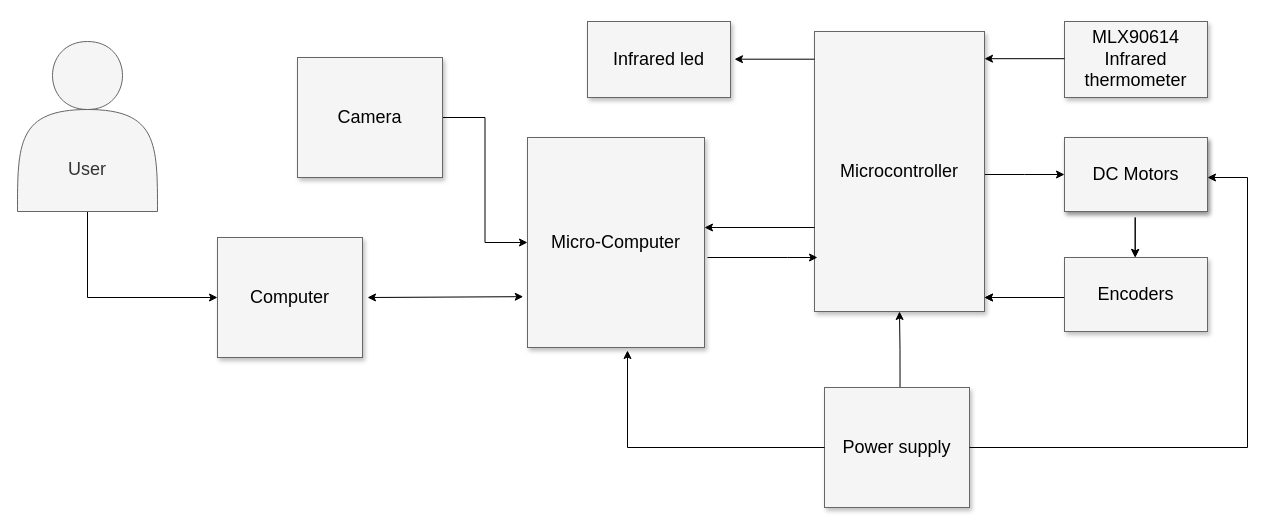
This is Untitled Diagram.drawio from IvanChacon/robot1, a draw.io file, before an edit. Source tidied: cells renumbered, new cells numbered last; positions are measured from the earlier drawing's top-left corner, leaving out a move shared by most shapes. Both pictures are drawn from the tidied source at 100%, with x=0, y=0 at pixel (17, 21).
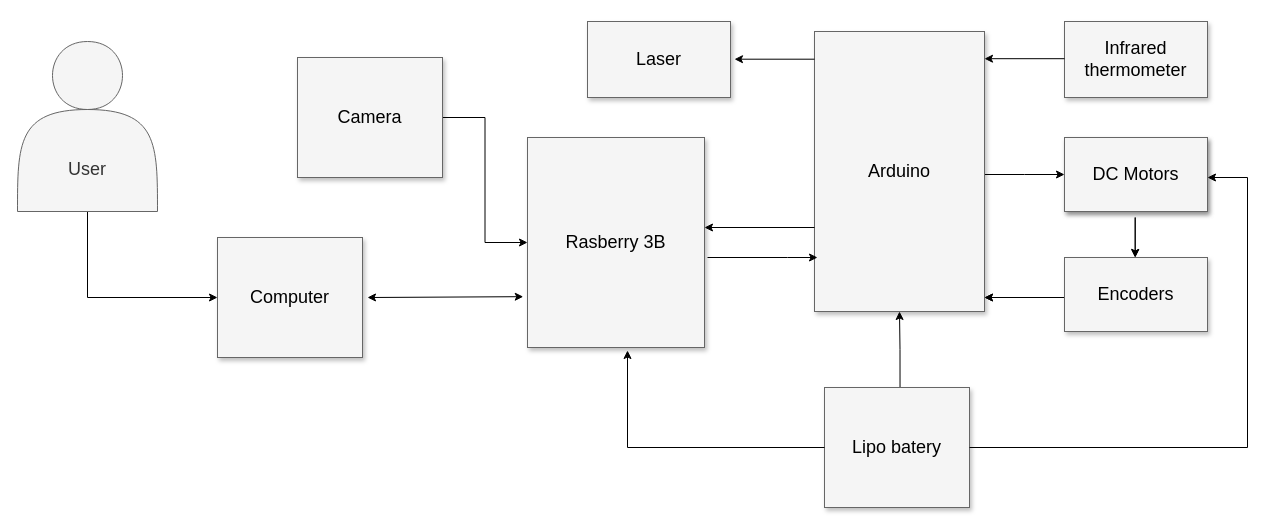
The same diagram, later.

Diff of the diagram source:
```diff
@@
-    <mxCell id="3" value="Microcontroller" style="whiteSpace=wrap;html=1;shadow=1;fontSize=18;fillColor=#f5f5f5;strokeColor=#666666;" parent="1" vertex="1">
+    <mxCell id="3" value="Arduino" style="whiteSpace=wrap;html=1;shadow=1;fontSize=18;fillColor=#f5f5f5;strokeColor=#666666;" parent="1" vertex="1">
       <mxGeometry x="797" y="10" width="170" height="280" as="geometry" />
     </mxCell>
-    <mxCell id="4" value="MLX90614 Infrared thermometer" style="whiteSpace=wrap;html=1;shadow=1;fontSize=18;fillColor=#f5f5f5;strokeColor=#666666;" parent="1" vertex="1">
+    <mxCell id="4" value="Infrared thermometer" style="whiteSpace=wrap;html=1;shadow=1;fontSize=18;fillColor=#f5f5f5;strokeColor=#666666;" parent="1" vertex="1">
       <mxGeometry x="1047" width="143" height="76" as="geometry" />
     </mxCell>
@@
-    <mxCell id="7" value="Power supply" style="whiteSpace=wrap;html=1;shadow=1;fontSize=18;fillColor=#f5f5f5;strokeColor=#666666;" parent="1" vertex="1">
+    <mxCell id="7" value="Lipo batery" style="whiteSpace=wrap;html=1;shadow=1;fontSize=18;fillColor=#f5f5f5;strokeColor=#666666;" parent="1" vertex="1">
       <mxGeometry x="807" y="366" width="145" height="120" as="geometry" />
     </mxCell>
@@
-    <mxCell id="14" value="Micro-Computer" style="whiteSpace=wrap;html=1;shadow=1;fontSize=18;fillColor=#f5f5f5;strokeColor=#666666;" parent="1" vertex="1">
+    <mxCell id="14" value="Rasberry 3B" style="whiteSpace=wrap;html=1;shadow=1;fontSize=18;fillColor=#f5f5f5;strokeColor=#666666;" parent="1" vertex="1">
       <mxGeometry x="510" y="116" width="177" height="210" as="geometry" />
     </mxCell>
@@
-    <mxCell id="20" value="Infrared led" style="whiteSpace=wrap;html=1;shadow=1;fontSize=18;fillColor=#f5f5f5;strokeColor=#666666;" parent="1" vertex="1">
+    <mxCell id="20" value="Laser" style="whiteSpace=wrap;html=1;shadow=1;fontSize=18;fillColor=#f5f5f5;strokeColor=#666666;" parent="1" vertex="1">
       <mxGeometry x="570" width="143" height="76" as="geometry" />
     </mxCell>
```
